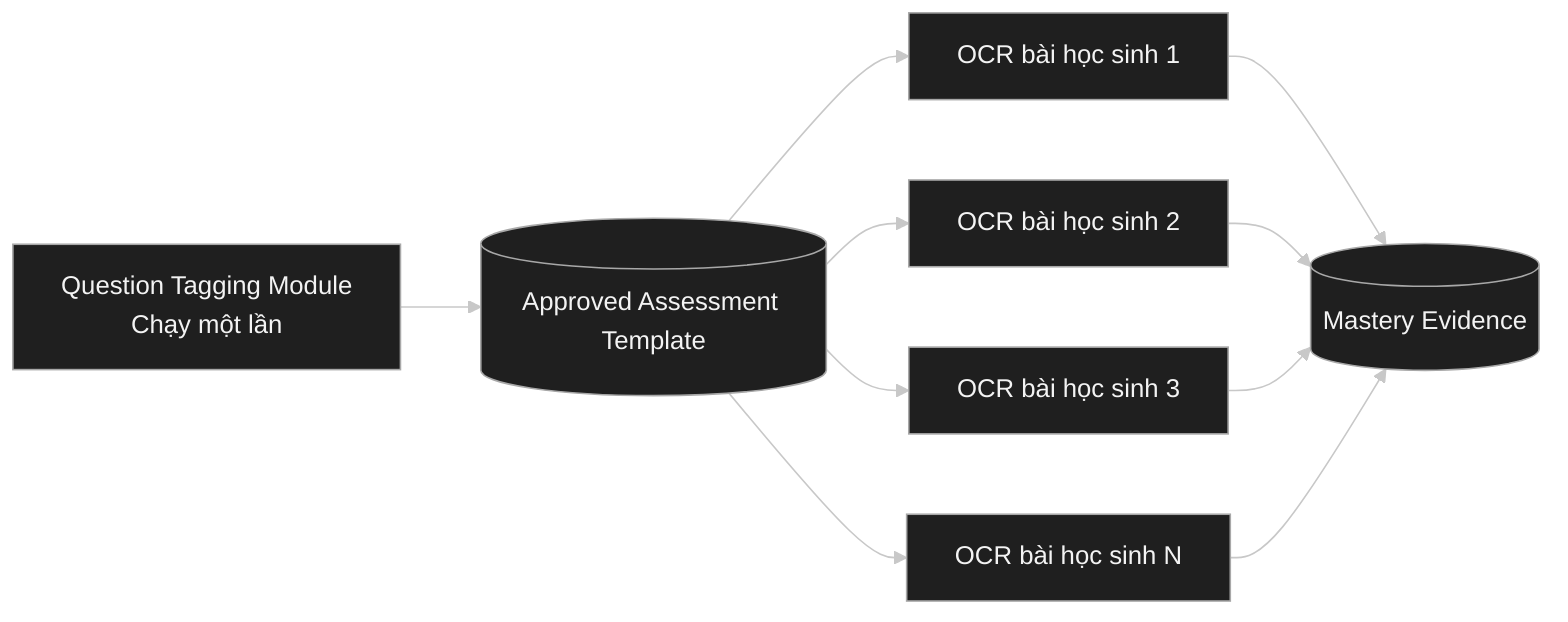
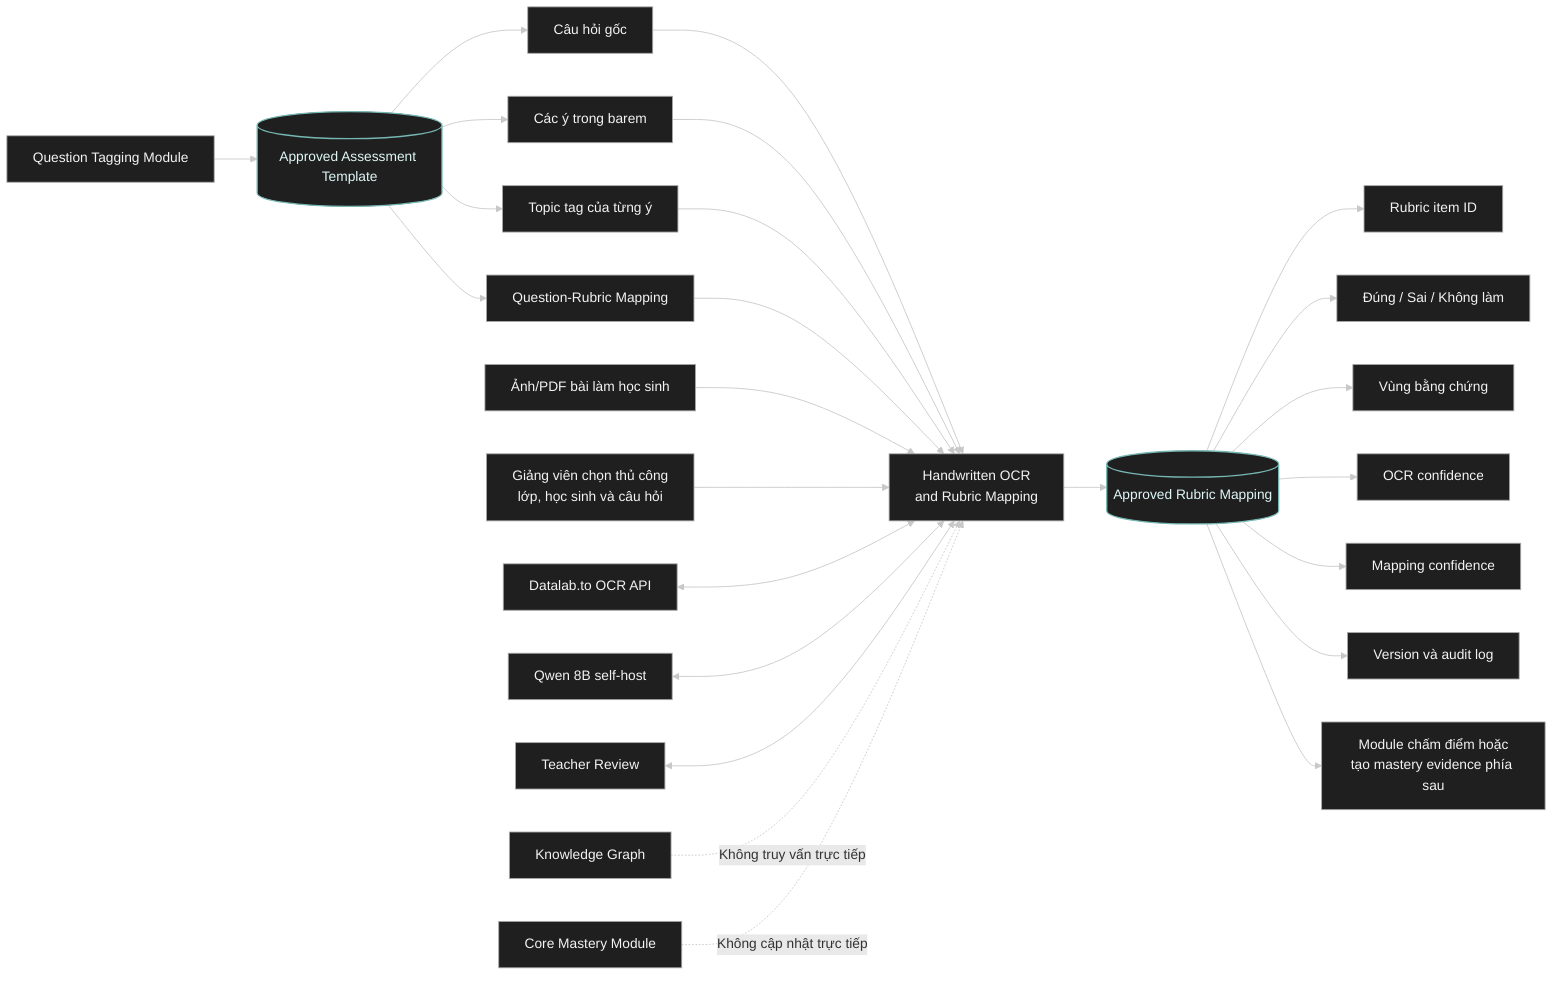
- %%{init: {"theme": "base", "themeVariables": {"background": "#1f1f1f", "primaryColor": "#1f1f1f", "primaryTextColor": "#f3f3f3", "primaryBorderColor": "#a8a8a8", "secondaryColor": "#1f1f1f", "tertiaryColor": "#1f1f1f", "mainBkg": "#1f1f1f", "nodeBorder": "#a8a8a8", "textColor": "#f3f3f3", "lineColor": "#c8c8c8", "defaultLinkColor": "#c8c8c8", "edgeLabelBackground": "#1f1f1f", "fontFamily": "Georgia, 'Times New Roman', serif"}}}%%
+ %%{init: {"theme": "base", "themeVariables": {"background": "#1f1f1f", "primaryColor": "#1f1f1f", "primaryTextColor": "#f3f3f3", "primaryBorderColor": "#a8a8a8", "secondaryColor": "#1f1f1f", "tertiaryColor": "#1f1f1f", "lineColor": "#c8c8c8", "edgeLabelBackground": "#1f1f1f", "fontFamily": "Georgia, 'Times New Roman', serif"}}}%%
flowchart LR
-     A[Question Tagging Module<br/>Chạy một lần] --> B[(Approved Assessment Template)]
+     A[Question Tagging Module] --> B[(Approved Assessment Template)]

-     B --> C1[OCR bài học sinh 1]
-     B --> C2[OCR bài học sinh 2]
-     B --> C3[OCR bài học sinh 3]
-     B --> C4[OCR bài học sinh N]
+     B --> B1[Câu hỏi gốc]
+     B --> B2[Các ý trong barem]
+     B --> B3[Topic tag của từng ý]
+     B --> B4[Question-Rubric Mapping]

-     C1 --> D[(Mastery Evidence)]
-     C2 --> D
-     C3 --> D
-     C4 --> D
+     B1 --> C[Handwritten OCR<br/>and Rubric Mapping]
+     B2 --> C
+     B3 --> C
+     B4 --> C
+ 
+     D[Ảnh/PDF bài làm học sinh] --> C
+     E[Giảng viên chọn thủ công<br/>lớp, học sinh và câu hỏi] --> C
+     F[Datalab.to OCR API] <--> C
+     G[Qwen 8B self-host] <--> C
+     H[Teacher Review] <--> C
+ 
+     C --> I[(Approved Rubric Mapping)]
+     I --> I1[Rubric item ID]
+     I --> I2[Đúng / Sai / Không làm]
+     I --> I3[Vùng bằng chứng]
+     I --> I4[OCR confidence]
+     I --> I5[Mapping confidence]
+     I --> I6[Version và audit log]
+ 
+     I --> J[Module chấm điểm hoặc<br/>tạo mastery evidence phía sau]
+ 
+     K[Knowledge Graph] -. Không truy vấn trực tiếp .-> C
+     L[Core Mastery Module] -. Không cập nhật trực tiếp .-> C

    classDef default fill:#1f1f1f,stroke:#a8a8a8,color:#f3f3f3,stroke-width:1px
+     classDef store fill:#1f1f1f,stroke:#76b7b2,color:#dff7f5,stroke-width:1.5px
+     class B,I store
    linkStyle default stroke:#c8c8c8,stroke-width:1px
